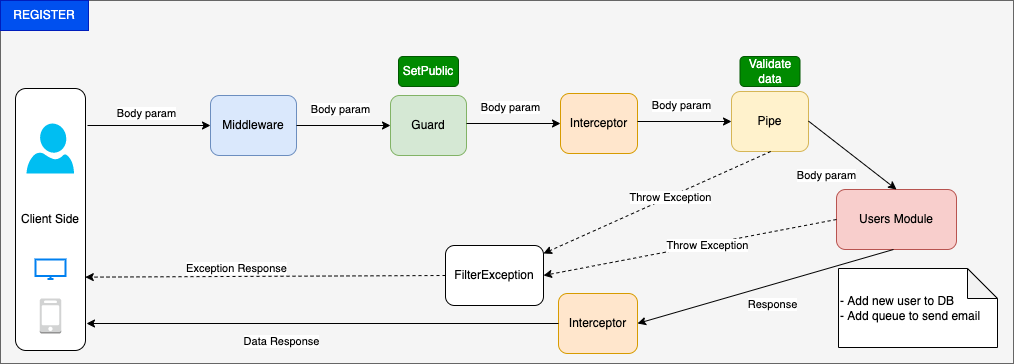
Above: RegisterFunction.drawio.png in vnbrew/quynd-car-rent-nestjs (draw.io), before the change. Source tidied: cells renumbered, new cells last; positions are measured from the earlier drawing's top-left corner, leaving out a move shared by most shapes. Source of this version:
```xml
<mxGraphModel shadow="1">
  <root>
    <mxCell id="0" />
    <mxCell id="1" parent="0" />
    <mxCell id="2" style="edgeStyle=none;html=1;exitX=0.5;exitY=1;exitDx=0;exitDy=0;entryX=0.5;entryY=0;entryDx=0;entryDy=0;rounded=1;strokeColor=#FF9999;" parent="1" edge="1">
      <mxGeometry relative="1" as="geometry">
        <mxPoint x="191" as="targetPoint" />
      </mxGeometry>
    </mxCell>
    <mxCell id="3" style="whiteSpace=wrap;html=1;align=center;newEdgeStyle={&quot;edgeStyle&quot;:&quot;elbowEdgeStyle&quot;,&quot;startArrow&quot;:&quot;none&quot;,&quot;endArrow&quot;:&quot;none&quot;};fillColor=#f5f5f5;fontColor=#333333;strokeColor=#666666;" parent="1" vertex="1">
      <mxGeometry y="1" width="1013" height="363" as="geometry" />
    </mxCell>
    <mxCell id="4" value="Client Side" style="rounded=1;whiteSpace=wrap;html=1;" parent="1" vertex="1">
      <mxGeometry x="15" y="89" width="70" height="262" as="geometry" />
    </mxCell>
    <mxCell id="5" value="Body param" style="endArrow=classic;html=1;rounded=0;entryX=0;entryY=0.5;entryDx=0;entryDy=0;" parent="1" edge="1" target="6">
      <mxGeometry x="-0.04" y="12" relative="1" as="geometry">
        <mxPoint x="87" y="126" as="sourcePoint" />
      </mxGeometry>
    </mxCell>
    <mxCell id="6" value="Middleware" style="rounded=1;whiteSpace=wrap;html=1;fillColor=#dae8fc;strokeColor=#6c8ebf;" parent="1" vertex="1">
      <mxGeometry x="210" y="96" width="86" height="60" as="geometry" />
    </mxCell>
    <mxCell id="7" value="Guard" style="rounded=1;whiteSpace=wrap;html=1;fillColor=#d5e8d4;strokeColor=#82b366;" parent="1" vertex="1">
      <mxGeometry x="390" y="96" width="76" height="60" as="geometry" />
    </mxCell>
    <mxCell id="8" value="Body param" style="endArrow=classic;html=1;rounded=0;exitX=1;exitY=0.5;exitDx=0;exitDy=0;entryX=0;entryY=0.5;entryDx=0;entryDy=0;" parent="1" edge="1" source="6" target="7">
      <mxGeometry x="-0.06" y="17" relative="1" as="geometry">
        <mxPoint y="1" as="offset" />
      </mxGeometry>
    </mxCell>
    <mxCell id="9" value="Interceptor" style="rounded=1;whiteSpace=wrap;html=1;fillColor=#ffe6cc;strokeColor=#d79b00;" parent="1" vertex="1">
      <mxGeometry x="560" y="94" width="77" height="60" as="geometry" />
    </mxCell>
    <mxCell id="10" value="Body param" style="endArrow=classic;html=1;rounded=0;exitX=1;exitY=0.5;exitDx=0;exitDy=0;entryX=0;entryY=0.5;entryDx=0;entryDy=0;" parent="1" edge="1" target="9">
      <mxGeometry x="-0.06" y="17" relative="1" as="geometry">
        <mxPoint x="466" y="124" as="sourcePoint" />
        <mxPoint y="1" as="offset" />
      </mxGeometry>
    </mxCell>
    <mxCell id="11" value="Pipe" style="rounded=1;whiteSpace=wrap;html=1;fillColor=#fff2cc;strokeColor=#d6b656;" parent="1" vertex="1">
      <mxGeometry x="731" y="92" width="77" height="60" as="geometry" />
    </mxCell>
    <mxCell id="12" value="Body param" style="endArrow=classic;html=1;rounded=0;exitX=1;exitY=0.5;exitDx=0;exitDy=0;entryX=0;entryY=0.5;entryDx=0;entryDy=0;" parent="1" edge="1" target="11">
      <mxGeometry x="-0.06" y="17" relative="1" as="geometry">
        <mxPoint x="637" y="122" as="sourcePoint" />
        <mxPoint y="1" as="offset" />
      </mxGeometry>
    </mxCell>
    <mxCell id="13" value="Users Module" style="rounded=1;whiteSpace=wrap;html=1;fillColor=#f8cecc;strokeColor=#b85450;" parent="1" vertex="1">
      <mxGeometry x="836" y="190" width="120" height="60" as="geometry" />
    </mxCell>
    <mxCell id="14" value="Interceptor" style="rounded=1;whiteSpace=wrap;html=1;fillColor=#ffe6cc;strokeColor=#d79b00;" parent="1" vertex="1">
      <mxGeometry x="558" y="294" width="79" height="60" as="geometry" />
    </mxCell>
    <mxCell id="15" value="Body param" style="endArrow=classic;html=1;rounded=0;exitX=1;exitY=0.5;exitDx=0;exitDy=0;entryX=0.5;entryY=0;entryDx=0;entryDy=0;" parent="1" edge="1" target="13">
      <mxGeometry x="-0.15" y="-32" relative="1" as="geometry">
        <mxPoint x="808" y="121.6" as="sourcePoint" />
      </mxGeometry>
    </mxCell>
    <mxCell id="16" value="Response" style="endArrow=classic;html=1;rounded=0;exitX=1;exitY=0.5;exitDx=0;exitDy=0;entryX=1;entryY=0.5;entryDx=0;entryDy=0;" parent="1" edge="1" target="14">
      <mxGeometry x="-0.02" y="19" relative="1" as="geometry">
        <mxPoint x="893" y="250" as="sourcePoint" />
      </mxGeometry>
    </mxCell>
    <mxCell id="17" value="FilterException" style="rounded=1;whiteSpace=wrap;html=1;" parent="1" vertex="1">
      <mxGeometry x="445" y="246" width="98" height="60" as="geometry" />
    </mxCell>
    <mxCell id="18" value="Data Response" style="endArrow=classic;html=1;rounded=0;exitX=0;exitY=0.5;exitDx=0;exitDy=0;" parent="1" edge="1" source="14">
      <mxGeometry x="0.17" y="18" relative="1" as="geometry">
        <mxPoint x="86" y="324" as="targetPoint" />
      </mxGeometry>
    </mxCell>
    <mxCell id="19" value="Exception Response" style="endArrow=classic;html=1;rounded=0;dashed=1;exitX=0;exitY=0.5;exitDx=0;exitDy=0;entryX=0.997;entryY=0.72;entryDx=0;entryDy=0;entryPerimeter=0;" parent="1" edge="1" source="17" target="4">
      <mxGeometry x="0.16" y="-8" relative="1" as="geometry" />
    </mxCell>
    <mxCell id="20" value="Throw Exception" style="endArrow=classic;html=1;rounded=0;dashed=1;exitX=0.5;exitY=1;exitDx=0;exitDy=0;" parent="1" edge="1" target="17">
      <mxGeometry x="-0.11" y="1" relative="1" as="geometry">
        <mxPoint x="770.2" y="152" as="sourcePoint" />
      </mxGeometry>
    </mxCell>
    <mxCell id="21" value="Throw Exception" style="endArrow=classic;html=1;rounded=0;dashed=1;exitX=0;exitY=0.5;exitDx=0;exitDy=0;entryX=1;entryY=0.5;entryDx=0;entryDy=0;" parent="1" edge="1" source="13" target="17">
      <mxGeometry x="-0.11" y="1" relative="1" as="geometry" />
    </mxCell>
    <mxCell id="22" style="verticalLabelPosition=bottom;html=1;verticalAlign=top;align=center;strokeColor=none;fillColor=#00BEF2;shape=mxgraph.azure.user;" parent="1" vertex="1">
      <mxGeometry x="26" y="124" width="47.5" height="50" as="geometry" />
    </mxCell>
    <mxCell id="23" style="html=1;verticalLabelPosition=bottom;align=center;labelBackgroundColor=#ffffff;verticalAlign=top;strokeWidth=2;strokeColor=#0080F0;shadow=0;dashed=0;shape=mxgraph.ios7.icons.monitor;" parent="1" vertex="1">
      <mxGeometry x="35" y="260" width="30" height="19.5" as="geometry" />
    </mxCell>
    <mxCell id="24" style="dashed=0;verticalLabelPosition=bottom;verticalAlign=top;align=center;html=1;shape=mxgraph.aws3.mobile_client;fillColor=#D2D3D3;gradientColor=none;" parent="1" vertex="1">
      <mxGeometry x="39.2" y="299" width="21.5" height="35" as="geometry" />
    </mxCell>
    <mxCell id="25" value="SetPublic" style="text;html=1;align=center;verticalAlign=middle;whiteSpace=wrap;rounded=1;fillColor=#008a00;fontColor=#ffffff;strokeColor=#005700;" parent="1" vertex="1">
      <mxGeometry x="398" y="57" width="60" height="30" as="geometry" />
    </mxCell>
    <mxCell id="26" value="REGISTER" style="text;html=1;strokeColor=#001DBC;fillColor=#0050ef;align=center;verticalAlign=middle;whiteSpace=wrap;rounded=0;fontColor=#ffffff;" parent="1" vertex="1">
      <mxGeometry y="1" width="88" height="30" as="geometry" />
    </mxCell>
    <mxCell id="27" value="Validate data" style="text;html=1;strokeColor=#005700;fillColor=#008a00;align=center;verticalAlign=middle;whiteSpace=wrap;rounded=1;fontColor=#ffffff;" parent="1" vertex="1">
      <mxGeometry x="739.5" y="57" width="60" height="30" as="geometry" />
    </mxCell>
    <mxCell id="28" value="- Add new user to DB&lt;br&gt;- Add queue to send email" style="shape=note;whiteSpace=wrap;html=1;backgroundOutline=1;darkOpacity=0.05;align=left;" parent="1" vertex="1">
      <mxGeometry x="838" y="269" width="159" height="79" as="geometry" />
    </mxCell>
  </root>
</mxGraphModel>
```
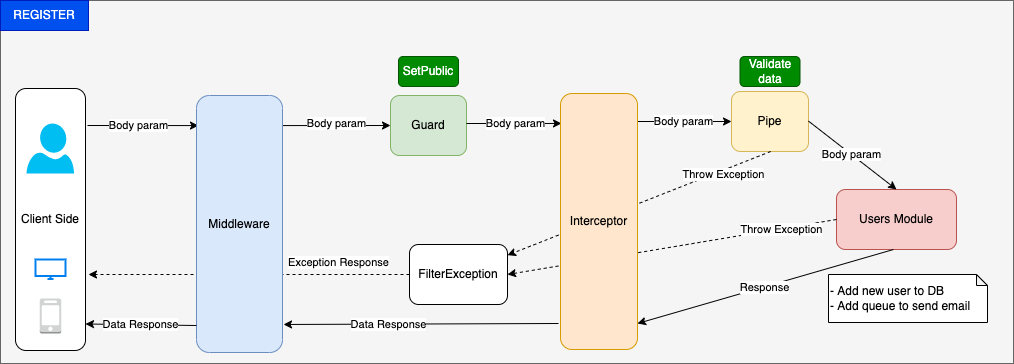
Later version of the same file.

Diff of the diagram source:
```diff
@@ -13,74 +13,65 @@
     <mxCell id="4" value="Client Side" style="rounded=1;whiteSpace=wrap;html=1;" parent="1" vertex="1">
       <mxGeometry x="15" y="89" width="70" height="262" as="geometry" />
     </mxCell>
-    <mxCell id="5" value="Body param" style="endArrow=classic;html=1;rounded=0;entryX=0;entryY=0.5;entryDx=0;entryDy=0;" parent="1" edge="1" target="6">
-      <mxGeometry x="-0.04" y="12" relative="1" as="geometry">
+    <mxCell id="5" value="Body param" style="endArrow=classic;html=1;rounded=0;entryX=0.023;entryY=0.117;entryDx=0;entryDy=0;entryPerimeter=0;" parent="1" edge="1" target="6">
+      <mxGeometry x="-0.08" relative="1" as="geometry">
         <mxPoint x="87" y="126" as="sourcePoint" />
       </mxGeometry>
     </mxCell>
-    <mxCell id="6" value="Middleware" style="rounded=1;whiteSpace=wrap;html=1;fillColor=#dae8fc;strokeColor=#6c8ebf;" parent="1" vertex="1">
-      <mxGeometry x="210" y="96" width="86" height="60" as="geometry" />
-    </mxCell>
     <mxCell id="7" value="Guard" style="rounded=1;whiteSpace=wrap;html=1;fillColor=#d5e8d4;strokeColor=#82b366;" parent="1" vertex="1">
       <mxGeometry x="390" y="96" width="76" height="60" as="geometry" />
     </mxCell>
-    <mxCell id="8" value="Body param" style="endArrow=classic;html=1;rounded=0;exitX=1;exitY=0.5;exitDx=0;exitDy=0;entryX=0;entryY=0.5;entryDx=0;entryDy=0;" parent="1" edge="1" source="6" target="7">
-      <mxGeometry x="-0.06" y="17" relative="1" as="geometry">
-        <mxPoint y="1" as="offset" />
-      </mxGeometry>
+    <mxCell id="8" value="Body param" style="endArrow=classic;html=1;rounded=0;exitX=0.988;exitY=0.117;exitDx=0;exitDy=0;entryX=0;entryY=0.5;entryDx=0;entryDy=0;exitPerimeter=0;" parent="1" edge="1" source="6" target="7">
+      <mxGeometry y="2" relative="1" as="geometry" />
     </mxCell>
-    <mxCell id="9" value="Interceptor" style="rounded=1;whiteSpace=wrap;html=1;fillColor=#ffe6cc;strokeColor=#d79b00;" parent="1" vertex="1">
-      <mxGeometry x="560" y="94" width="77" height="60" as="geometry" />
-    </mxCell>
-    <mxCell id="10" value="Body param" style="endArrow=classic;html=1;rounded=0;exitX=1;exitY=0.5;exitDx=0;exitDy=0;entryX=0;entryY=0.5;entryDx=0;entryDy=0;" parent="1" edge="1" target="9">
-      <mxGeometry x="-0.06" y="17" relative="1" as="geometry">
+    <mxCell id="10" value="Body param" style="endArrow=classic;html=1;rounded=0;exitX=1;exitY=0.5;exitDx=0;exitDy=0;entryX=0.013;entryY=0.117;entryDx=0;entryDy=0;entryPerimeter=0;" parent="1" edge="1" target="9">
+      <mxGeometry x="0.02" relative="1" as="geometry">
         <mxPoint x="466" y="124" as="sourcePoint" />
-        <mxPoint y="1" as="offset" />
       </mxGeometry>
     </mxCell>
     <mxCell id="11" value="Pipe" style="rounded=1;whiteSpace=wrap;html=1;fillColor=#fff2cc;strokeColor=#d6b656;" parent="1" vertex="1">
       <mxGeometry x="731" y="92" width="77" height="60" as="geometry" />
     </mxCell>
     <mxCell id="12" value="Body param" style="endArrow=classic;html=1;rounded=0;exitX=1;exitY=0.5;exitDx=0;exitDy=0;entryX=0;entryY=0.5;entryDx=0;entryDy=0;" parent="1" edge="1" target="11">
-      <mxGeometry x="-0.06" y="17" relative="1" as="geometry">
+      <mxGeometry x="-0.02" relative="1" as="geometry">
         <mxPoint x="637" y="122" as="sourcePoint" />
-        <mxPoint y="1" as="offset" />
       </mxGeometry>
     </mxCell>
     <mxCell id="13" value="Users Module" style="rounded=1;whiteSpace=wrap;html=1;fillColor=#f8cecc;strokeColor=#b85450;" parent="1" vertex="1">
       <mxGeometry x="836" y="190" width="120" height="60" as="geometry" />
     </mxCell>
-    <mxCell id="14" value="Interceptor" style="rounded=1;whiteSpace=wrap;html=1;fillColor=#ffe6cc;strokeColor=#d79b00;" parent="1" vertex="1">
-      <mxGeometry x="558" y="294" width="79" height="60" as="geometry" />
-    </mxCell>
     <mxCell id="15" value="Body param" style="endArrow=classic;html=1;rounded=0;exitX=1;exitY=0.5;exitDx=0;exitDy=0;entryX=0.5;entryY=0;entryDx=0;entryDy=0;" parent="1" edge="1" target="13">
-      <mxGeometry x="-0.15" y="-32" relative="1" as="geometry">
+      <mxGeometry x="-0.02" relative="1" as="geometry">
         <mxPoint x="808" y="121.6" as="sourcePoint" />
       </mxGeometry>
     </mxCell>
-    <mxCell id="16" value="Response" style="endArrow=classic;html=1;rounded=0;exitX=1;exitY=0.5;exitDx=0;exitDy=0;entryX=1;entryY=0.5;entryDx=0;entryDy=0;" parent="1" edge="1" target="14">
-      <mxGeometry x="-0.02" y="19" relative="1" as="geometry">
+    <mxCell id="16" value="Response" style="endArrow=classic;html=1;rounded=0;exitX=1;exitY=0.5;exitDx=0;exitDy=0;entryX=1;entryY=0.5;entryDx=0;entryDy=0;" parent="1" edge="1">
+      <mxGeometry x="0.01" y="1" relative="1" as="geometry">
         <mxPoint x="893" y="250" as="sourcePoint" />
+        <mxPoint x="637" y="324" as="targetPoint" />
+        <mxPoint x="-1" as="offset" />
       </mxGeometry>
     </mxCell>
     <mxCell id="17" value="FilterException" style="rounded=1;whiteSpace=wrap;html=1;" parent="1" vertex="1">
-      <mxGeometry x="445" y="246" width="98" height="60" as="geometry" />
+      <mxGeometry x="409" y="245" width="98" height="60" as="geometry" />
     </mxCell>
-    <mxCell id="18" value="Data Response" style="endArrow=classic;html=1;rounded=0;exitX=0;exitY=0.5;exitDx=0;exitDy=0;" parent="1" edge="1" source="14">
-      <mxGeometry x="0.17" y="18" relative="1" as="geometry">
-        <mxPoint x="86" y="324" as="targetPoint" />
+    <mxCell id="18" value="Data Response" style="endArrow=classic;html=1;rounded=0;exitX=0;exitY=0.5;exitDx=0;exitDy=0;entryX=1.012;entryY=0.891;entryDx=0;entryDy=0;entryPerimeter=0;" parent="1" edge="1" target="6">
+      <mxGeometry x="0.24" relative="1" as="geometry">
+        <mxPoint x="558" y="324" as="sourcePoint" />
       </mxGeometry>
     </mxCell>
-    <mxCell id="19" value="Exception Response" style="endArrow=classic;html=1;rounded=0;dashed=1;exitX=0;exitY=0.5;exitDx=0;exitDy=0;entryX=0.997;entryY=0.72;entryDx=0;entryDy=0;entryPerimeter=0;" parent="1" edge="1" source="17" target="4">
-      <mxGeometry x="0.16" y="-8" relative="1" as="geometry" />
+    <mxCell id="19" value="Exception Response" style="endArrow=classic;html=1;rounded=0;dashed=1;exitX=0;exitY=0.5;exitDx=0;exitDy=0;" parent="1" edge="1" source="17">
+      <mxGeometry x="-0.56" y="-12" relative="1" as="geometry">
+        <mxPoint x="88" y="275" as="targetPoint" />
+      </mxGeometry>
     </mxCell>
     <mxCell id="20" value="Throw Exception" style="endArrow=classic;html=1;rounded=0;dashed=1;exitX=0.5;exitY=1;exitDx=0;exitDy=0;" parent="1" edge="1" target="17">
-      <mxGeometry x="-0.11" y="1" relative="1" as="geometry">
+      <mxGeometry x="-0.63" y="4" relative="1" as="geometry">
         <mxPoint x="770.2" y="152" as="sourcePoint" />
       </mxGeometry>
     </mxCell>
     <mxCell id="21" value="Throw Exception" style="endArrow=classic;html=1;rounded=0;dashed=1;exitX=0;exitY=0.5;exitDx=0;exitDy=0;entryX=1;entryY=0.5;entryDx=0;entryDy=0;" parent="1" edge="1" source="13" target="17">
-      <mxGeometry x="-0.11" y="1" relative="1" as="geometry" />
+      <mxGeometry x="-0.66" y="1" relative="1" as="geometry" />
     </mxCell>
     <mxCell id="22" style="verticalLabelPosition=bottom;html=1;verticalAlign=top;align=center;strokeColor=none;fillColor=#00BEF2;shape=mxgraph.azure.user;" parent="1" vertex="1">
       <mxGeometry x="26" y="124" width="47.5" height="50" as="geometry" />
@@ -100,8 +91,19 @@
     <mxCell id="27" value="Validate data" style="text;html=1;strokeColor=#005700;fillColor=#008a00;align=center;verticalAlign=middle;whiteSpace=wrap;rounded=1;fontColor=#ffffff;" parent="1" vertex="1">
       <mxGeometry x="739.5" y="57" width="60" height="30" as="geometry" />
     </mxCell>
-    <mxCell id="28" value="- Add new user to DB&lt;br&gt;- Add queue to send email" style="shape=note;whiteSpace=wrap;html=1;backgroundOutline=1;darkOpacity=0.05;align=left;" parent="1" vertex="1">
-      <mxGeometry x="838" y="269" width="159" height="79" as="geometry" />
+    <mxCell id="28" value="- Add new user to DB&lt;br&gt;- Add queue to send email" style="shape=note;whiteSpace=wrap;html=1;backgroundOutline=1;darkOpacity=0.05;align=left;size=11;" parent="1" vertex="1">
+      <mxGeometry x="828" y="275" width="159" height="48" as="geometry" />
     </mxCell>
+    <mxCell id="6" value="Middleware" style="rounded=1;whiteSpace=wrap;html=1;fillColor=#dae8fc;strokeColor=#6c8ebf;" parent="1" vertex="1">
+      <mxGeometry x="196" y="96" width="86" height="257" as="geometry" />
+    </mxCell>
+    <mxCell id="29" value="Data Response" style="endArrow=classic;html=1;rounded=0;entryX=1.012;entryY=0.891;entryDx=0;entryDy=0;entryPerimeter=0;exitX=0;exitY=0.895;exitDx=0;exitDy=0;exitPerimeter=0;" parent="1" edge="1" source="6">
+      <mxGeometry x="0.01" relative="1" as="geometry">
+        <mxPoint x="85" y="324.5" as="targetPoint" />
+      </mxGeometry>
+    </mxCell>
+    <mxCell id="9" value="Interceptor" style="rounded=1;whiteSpace=wrap;html=1;fillColor=#ffe6cc;strokeColor=#d79b00;" parent="1" vertex="1">
+      <mxGeometry x="560" y="94" width="77" height="256" as="geometry" />
+    </mxCell>
   </root>
 </mxGraphModel>
```
